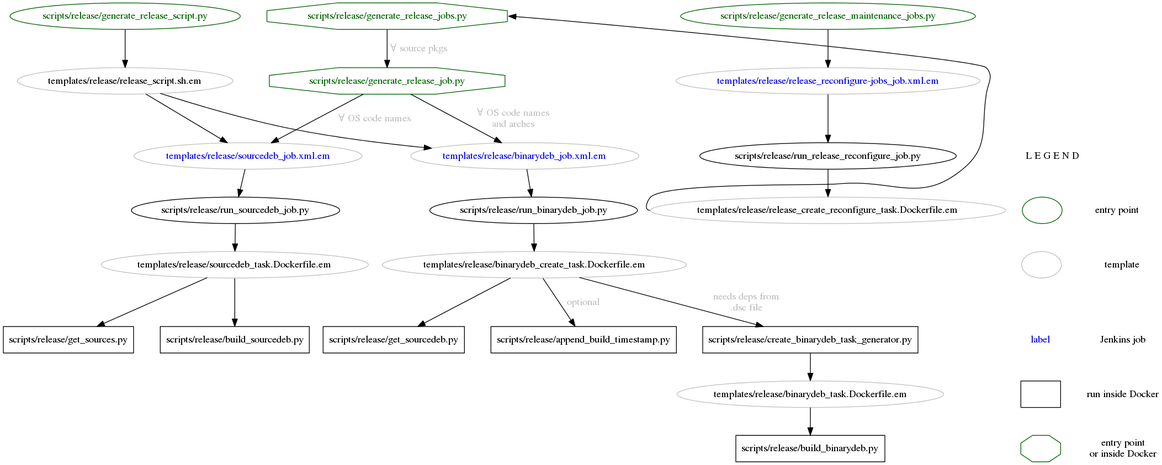
This is doc/release_call_graph.png from ros-infrastructure/ros_buildfarm, a Graphviz export, as it was before one commit. Its source is kept beside it as doc/release_call_graph.dot.
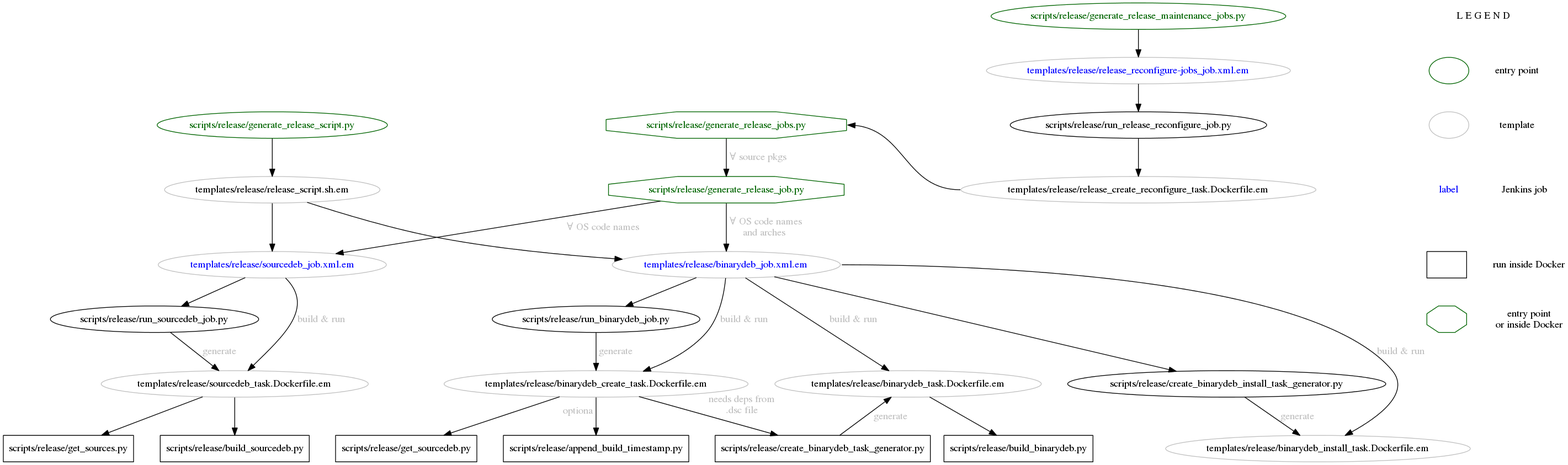
Later version of the same file.

Commit message:
add installation test for built binarydeb

Change to the diagram source:
```diff
@@ -3,6 +3,7 @@
 	scripts__release__append_build_timestamp [label="scripts/release/append_build_timestamp.py"]
 	scripts__release__build_binarydeb [label="scripts/release/build_binarydeb.py"]
 	scripts__release__build_sourcedeb [label="scripts/release/build_sourcedeb.py"]
+	scripts__release__create_binarydeb_install_task_generator [label="scripts/release/create_binarydeb_install_task_generator.py"]
 	scripts__release__create_binarydeb_task_generator [label="scripts/release/create_binarydeb_task_generator.py"]
 	scripts__release__generate_release_job [label="scripts/release/generate_release_job.py"]
 	scripts__release__generate_release_jobs [label="scripts/release/generate_release_jobs.py"]
@@ -16,6 +17,7 @@
 
 	# release templates
 	templates__release__binarydeb_create_task__Dockerfile [label="templates/release/binarydeb_create_task.Dockerfile.em"]
+	templates__release__binarydeb_install_task__Dockerfile [label="templates/release/binarydeb_install_task.Dockerfile.em"]
 	templates__release__binarydeb_job__xml [label="templates/release/binarydeb_job.xml.em"]
 	templates__release__binarydeb_task__Dockerfile [label="templates/release/binarydeb_task.Dockerfile.em"]
 	templates__release__release_create_reconfigure_task__Dockerfile [label="templates/release/release_create_reconfigure_task.Dockerfile.em"]
@@ -26,6 +28,7 @@
 
 	# templates
 	templates__release__binarydeb_create_task__Dockerfile,
+	templates__release__binarydeb_install_task__Dockerfile,
 	templates__release__binarydeb_job__xml,
 	templates__release__binarydeb_task__Dockerfile,
 	templates__release__release_create_reconfigure_task__Dockerfile,
@@ -65,48 +68,64 @@
 	templates__release__release_reconfigure_jobs_job__xml -> scripts__release__run_release_reconfigure_job [weight="2"]
 	scripts__release__run_release_reconfigure_job -> templates__release__release_create_reconfigure_task__Dockerfile [weight="2"]
 	templates__release__release_create_reconfigure_task__Dockerfile:w -> scripts__release__generate_release_jobs:e [constraint=false]
+	{
+		rank=same
+		scripts__release__generate_release_jobs -> scripts__release__run_release_reconfigure_job [style=invis]
+	}
 
 	scripts__release__generate_release_jobs -> scripts__release__generate_release_job [fontcolor="gray", label=" &forall; source pkgs", weight="2"]
-	scripts__release__generate_release_job -> templates__release__sourcedeb_job__xml [fontcolor="gray", label="&forall; OS code names", weight="2"]
-	scripts__release__generate_release_job -> templates__release__binarydeb_job__xml [fontcolor="gray", label="&forall; OS code names\nand arches", weight="2"]
+	scripts__release__generate_release_job -> templates__release__sourcedeb_job__xml [fontcolor="gray", label="&forall; OS code names"]
+	scripts__release__generate_release_job -> templates__release__binarydeb_job__xml [fontcolor="gray", label=" &forall; OS code names\nand arches", weight="2"]
 	{
-		rank = same
-		templates__release__sourcedeb_job__xml -> templates__release__binarydeb_job__xml [style = invis]
+		rank=same
+		templates__release__sourcedeb_job__xml -> templates__release__binarydeb_job__xml [style=invis]
 	}
 
 	# sourcedeb branch
-	templates__release__sourcedeb_job__xml -> scripts__release__run_sourcedeb_job [weight="2"]
-	scripts__release__run_sourcedeb_job -> templates__release__sourcedeb_task__Dockerfile [weight="2"]
+	templates__release__sourcedeb_job__xml -> scripts__release__run_sourcedeb_job
+	scripts__release__run_sourcedeb_job -> templates__release__sourcedeb_task__Dockerfile [fontcolor="gray", label="generate"]
+	templates__release__sourcedeb_job__xml:se -> templates__release__sourcedeb_task__Dockerfile:ne [fontcolor="gray", label="build &amp; run", weight="2"]
 	templates__release__sourcedeb_task__Dockerfile -> scripts__release__get_sources
 	templates__release__sourcedeb_task__Dockerfile -> scripts__release__build_sourcedeb
 	{
-		rank = same
-		scripts__release__get_sources -> scripts__release__build_sourcedeb [style = invis]
+		rank=same
+		scripts__release__get_sources -> scripts__release__build_sourcedeb [style=invis]
 	}
 
 	# binarydeb branch
 	templates__release__binarydeb_job__xml -> scripts__release__run_binarydeb_job [weight="2"]
-	scripts__release__run_binarydeb_job -> templates__release__binarydeb_create_task__Dockerfile [weight="2"]
+	scripts__release__run_binarydeb_job -> templates__release__binarydeb_create_task__Dockerfile [fontcolor="gray", label=" generate", weight="2"]
+
+	templates__release__binarydeb_job__xml -> templates__release__binarydeb_create_task__Dockerfile [fontcolor="gray", label="build &amp; run"]
 	templates__release__binarydeb_create_task__Dockerfile -> scripts__release__get_sourcedeb
-	templates__release__binarydeb_create_task__Dockerfile -> scripts__release__append_build_timestamp [fontcolor="gray", label="optional"]
-	templates__release__binarydeb_create_task__Dockerfile -> scripts__release__create_binarydeb_task_generator [fontcolor="gray", label="needs deps from\n.dsc file"]
+	templates__release__binarydeb_create_task__Dockerfile -> scripts__release__append_build_timestamp [fontcolor="gray", xlabel="optiona "]
+	templates__release__binarydeb_create_task__Dockerfile -> scripts__release__create_binarydeb_task_generator [fontcolor="gray", xlabel="needs deps from\n.dsc file"]
 	{
-		rank = same
-		scripts__release__get_sourcedeb -> scripts__release__append_build_timestamp -> scripts__release__create_binarydeb_task_generator [style = invis]
+		rank=same
+		scripts__release__build_sourcedeb -> scripts__release__get_sourcedeb [style=invis]
+		scripts__release__get_sourcedeb -> scripts__release__append_build_timestamp -> scripts__release__create_binarydeb_task_generator [style=invis]
 	}
-	scripts__release__create_binarydeb_task_generator -> templates__release__binarydeb_task__Dockerfile [weight="2"]
+	scripts__release__create_binarydeb_task_generator -> templates__release__binarydeb_task__Dockerfile [constraint=false, fontcolor="gray", label="generate"]
+	templates__release__binarydeb_job__xml -> templates__release__binarydeb_task__Dockerfile [fontcolor="gray", label="build &amp; run"]
 	templates__release__binarydeb_task__Dockerfile -> scripts__release__build_binarydeb
 
+	# install task
+	templates__release__binarydeb_job__xml -> scripts__release__create_binarydeb_install_task_generator
+	{
+		rank=same
+		templates__release__binarydeb_create_task__Dockerfile -> templates__release__binarydeb_task__Dockerfile -> scripts__release__create_binarydeb_install_task_generator [style=invis]
+	}
+	scripts__release__create_binarydeb_install_task_generator -> templates__release__binarydeb_install_task__Dockerfile [fontcolor="gray", label="generate"]
+	templates__release__binarydeb_job__xml:e -> templates__release__binarydeb_install_task__Dockerfile [fontcolor="gray", label="build &amp; run"]
+
+	# release script
 	scripts__release__generate_release_script -> templates__release__release_script__sh [weight="2"]
-	templates__release__release_script__sh -> templates__release__sourcedeb_job__xml [weight="0"]
+	templates__release__release_script__sh -> templates__release__sourcedeb_job__xml [weight="2"]
 	templates__release__release_script__sh -> templates__release__binarydeb_job__xml [weight="0"]
 	{
-		rank = same
-		scripts__release__generate_release_script -> scripts__release__generate_release_jobs [style = invis]
+		rank=same
+		scripts__release__generate_release_script -> scripts__release__generate_release_jobs [style=invis]
 	}
-
-	# invisible edge to make backward arrow layout well
-	#scripts__release__generate_release_maintenance_jobs -> scripts__release__run_release_reconfigure_job [color="red", weight="0"]
 
 	subgraph legend_subgraph {
 		label="Legend"
@@ -114,9 +133,6 @@
 		legend_anchor [height="0", label="L E G E N D"]
 
 		edge [style="invis"]
-		spacer1 [label=""]
-		spacer2 [label=""]
-		spacer1 -> spacer2 -> legend_anchor
 
 		k1 [color="darkgreen", label="", shape="ellipse"]
 		v1 [label="entry point"]
```
